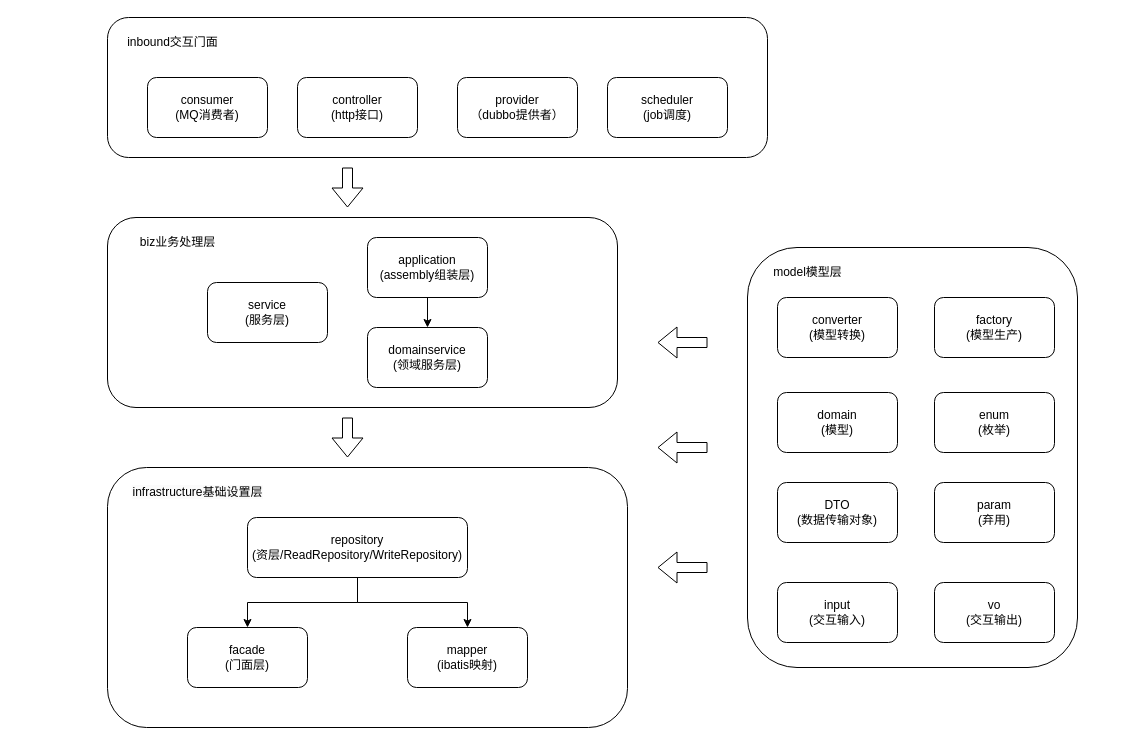
Before: draw.io/xianmumanager.drawio in zzqfsy/zzqfsy.github.io, a draw.io diagram. Source tidied: cells renumbered, new cells numbered last; positions are measured from the earlier drawing's top-left corner, leaving out a move shared by most shapes. Both pictures are drawn from the tidied source at 100%, with x=0, y=0 at pixel (107, 17).
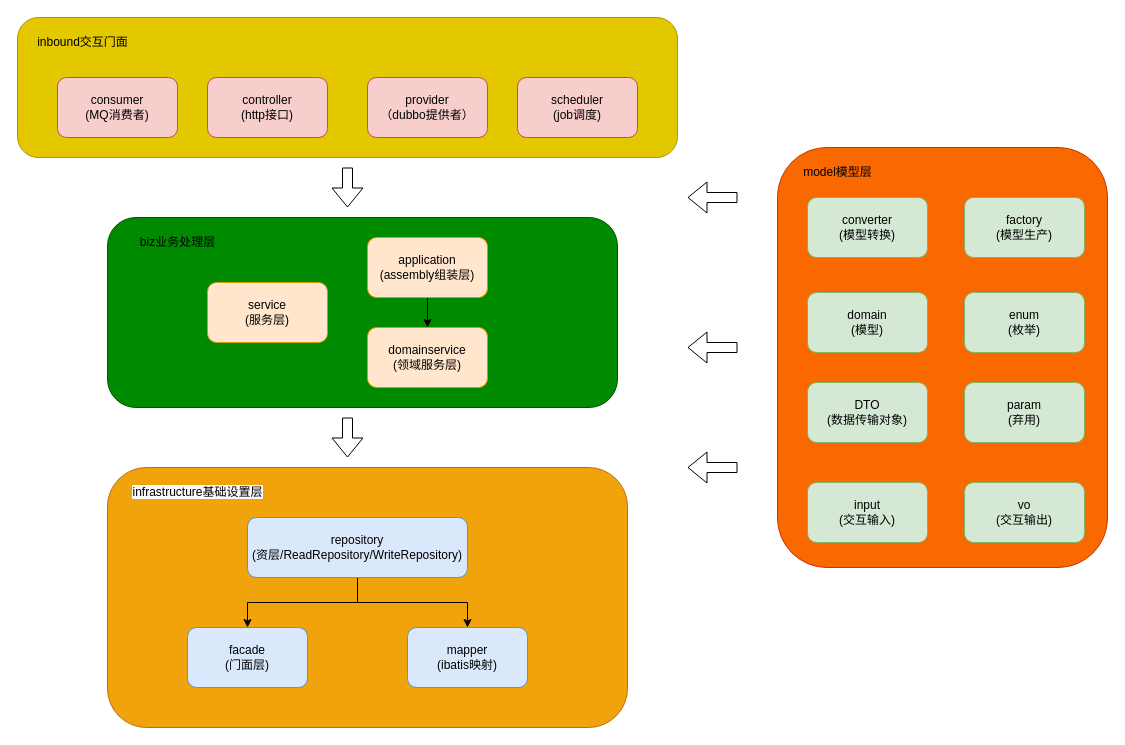
The same diagram, later.

What changed in the source:
```diff
@@
-    <mxCell id="2" style="rounded=1;whiteSpace=wrap;html=1;" parent="1" vertex="1">
-      <mxGeometry x="640" y="230" width="330" height="420" as="geometry" />
+    <mxCell id="2" style="rounded=1;whiteSpace=wrap;html=1;fillColor=#fa6800;fontColor=#000000;strokeColor=#C73500;" parent="1" vertex="1">
+      <mxGeometry x="670" y="130" width="330" height="420" as="geometry" />
     </mxCell>
-    <mxCell id="3" style="rounded=1;whiteSpace=wrap;html=1;" parent="1" vertex="1">
+    <mxCell id="3" style="rounded=1;whiteSpace=wrap;html=1;fillColor=#008a00;fontColor=#ffffff;strokeColor=#005700;" parent="1" vertex="1">
       <mxGeometry y="200" width="510" height="190" as="geometry" />
     </mxCell>
-    <mxCell id="4" style="rounded=1;whiteSpace=wrap;html=1;" parent="1" vertex="1">
-      <mxGeometry width="660" height="140" as="geometry" />
+    <mxCell id="4" style="rounded=1;whiteSpace=wrap;html=1;fillColor=#e3c800;fontColor=#000000;strokeColor=#B09500;" parent="1" vertex="1">
+      <mxGeometry x="-90" width="660" height="140" as="geometry" />
     </mxCell>
-    <mxCell id="5" value="consumer&lt;br&gt;(MQ消费者)" style="rounded=1;whiteSpace=wrap;html=1;" parent="1" vertex="1">
-      <mxGeometry x="40" y="60" width="120" height="60" as="geometry" />
+    <mxCell id="5" value="consumer&lt;br&gt;(MQ消费者)" style="rounded=1;whiteSpace=wrap;html=1;fillColor=#f8cecc;strokeColor=#b85450;" parent="1" vertex="1">
+      <mxGeometry x="-50" y="60" width="120" height="60" as="geometry" />
     </mxCell>
-    <mxCell id="6" value="controller&lt;br&gt;(http接口)" style="rounded=1;whiteSpace=wrap;html=1;" parent="1" vertex="1">
-      <mxGeometry x="190" y="60" width="120" height="60" as="geometry" />
+    <mxCell id="6" value="controller&lt;br&gt;(http接口)" style="rounded=1;whiteSpace=wrap;html=1;fillColor=#f8cecc;strokeColor=#b85450;" parent="1" vertex="1">
+      <mxGeometry x="100" y="60" width="120" height="60" as="geometry" />
     </mxCell>
-    <mxCell id="7" value="provider&lt;br&gt;（dubbo提供者）" style="rounded=1;whiteSpace=wrap;html=1;" parent="1" vertex="1">
-      <mxGeometry x="350" y="60" width="120" height="60" as="geometry" />
+    <mxCell id="7" value="provider&lt;br&gt;（dubbo提供者）" style="rounded=1;whiteSpace=wrap;html=1;fillColor=#f8cecc;strokeColor=#b85450;" parent="1" vertex="1">
+      <mxGeometry x="260" y="60" width="120" height="60" as="geometry" />
     </mxCell>
-    <mxCell id="8" value="scheduler&lt;br&gt;(job调度)" style="rounded=1;whiteSpace=wrap;html=1;" parent="1" vertex="1">
-      <mxGeometry x="500" y="60" width="120" height="60" as="geometry" />
+    <mxCell id="8" value="scheduler&lt;br&gt;(job调度)" style="rounded=1;whiteSpace=wrap;html=1;fillColor=#f8cecc;strokeColor=#b85450;" parent="1" vertex="1">
+      <mxGeometry x="410" y="60" width="120" height="60" as="geometry" />
     </mxCell>
     <mxCell id="9" value="inbound交互门面" style="text;html=1;align=center;verticalAlign=middle;strokeColor=none;fillColor=none;" parent="1" vertex="1">
-      <mxGeometry x="10" y="10" width="110" height="30" as="geometry" />
+      <mxGeometry x="-80" y="10" width="110" height="30" as="geometry" />
     </mxCell>
@@
-    <mxCell id="11" value="application&lt;br&gt;(assembly组装层)" style="rounded=1;whiteSpace=wrap;html=1;" parent="1" vertex="1">
+    <mxCell id="11" value="application&lt;br&gt;(assembly组装层)" style="rounded=1;whiteSpace=wrap;html=1;fillColor=#ffe6cc;strokeColor=#d79b00;" parent="1" vertex="1">
       <mxGeometry x="260" y="220" width="120" height="60" as="geometry" />
     </mxCell>
-    <mxCell id="12" value="service&lt;br&gt;(服务层)" style="rounded=1;whiteSpace=wrap;html=1;" parent="1" vertex="1">
+    <mxCell id="12" value="service&lt;br&gt;(服务层)" style="rounded=1;whiteSpace=wrap;html=1;fillColor=#ffe6cc;strokeColor=#d79b00;" parent="1" vertex="1">
       <mxGeometry x="100" y="265" width="120" height="60" as="geometry" />
     </mxCell>
@@
-    <mxCell id="14" value="domainservice&lt;br&gt;(领域服务层)" style="rounded=1;whiteSpace=wrap;html=1;" parent="1" vertex="1">
+    <mxCell id="14" value="domainservice&lt;br&gt;(领域服务层)" style="rounded=1;whiteSpace=wrap;html=1;fillColor=#ffe6cc;strokeColor=#d79b00;" parent="1" vertex="1">
       <mxGeometry x="260" y="310" width="120" height="60" as="geometry" />
     </mxCell>
-    <mxCell id="15" style="rounded=1;whiteSpace=wrap;html=1;" parent="1" vertex="1">
+    <mxCell id="15" style="rounded=1;whiteSpace=wrap;html=1;fillColor=#f0a30a;fontColor=#000000;strokeColor=#BD7000;" parent="1" vertex="1">
       <mxGeometry y="450" width="520" height="260" as="geometry" />
     </mxCell>
@@
-    <mxCell id="18" value="repository&lt;br&gt;(资层/ReadRepository/WriteRepository)" style="rounded=1;whiteSpace=wrap;html=1;" parent="1" vertex="1">
+    <mxCell id="18" value="repository&lt;br&gt;(资层/ReadRepository/WriteRepository)" style="rounded=1;whiteSpace=wrap;html=1;fillColor=#dae8fc;strokeColor=#6c8ebf;" parent="1" vertex="1">
       <mxGeometry x="140" y="500" width="220" height="60" as="geometry" />
     </mxCell>
@@
-    <mxCell id="20" value="mapper&lt;br&gt;(ibatis映射)" style="rounded=1;whiteSpace=wrap;html=1;" parent="1" vertex="1">
+    <mxCell id="20" value="mapper&lt;br&gt;(ibatis映射)" style="rounded=1;whiteSpace=wrap;html=1;fillColor=#dae8fc;strokeColor=#6c8ebf;" parent="1" vertex="1">
       <mxGeometry x="300" y="610" width="120" height="60" as="geometry" />
     </mxCell>
-    <mxCell id="21" value="facade&lt;br&gt;(门面层)" style="rounded=1;whiteSpace=wrap;html=1;" parent="1" vertex="1">
+    <mxCell id="21" value="facade&lt;br&gt;(门面层)" style="rounded=1;whiteSpace=wrap;html=1;fillColor=#dae8fc;strokeColor=#6c8ebf;" parent="1" vertex="1">
       <mxGeometry x="80" y="610" width="120" height="60" as="geometry" />
     </mxCell>
-    <mxCell id="22" value="converter&lt;br&gt;(模型转换)" style="rounded=1;whiteSpace=wrap;html=1;" parent="1" vertex="1">
-      <mxGeometry x="670" y="280" width="120" height="60" as="geometry" />
+    <mxCell id="22" value="converter&lt;br&gt;(模型转换)" style="rounded=1;whiteSpace=wrap;html=1;fillColor=#d5e8d4;strokeColor=#82b366;" parent="1" vertex="1">
+      <mxGeometry x="700" y="180" width="120" height="60" as="geometry" />
     </mxCell>
-    <mxCell id="23" value="domain&lt;br&gt;(模型)" style="rounded=1;whiteSpace=wrap;html=1;" parent="1" vertex="1">
-      <mxGeometry x="670" y="375" width="120" height="60" as="geometry" />
+    <mxCell id="23" value="domain&lt;br&gt;(模型)" style="rounded=1;whiteSpace=wrap;html=1;fillColor=#d5e8d4;strokeColor=#82b366;" parent="1" vertex="1">
+      <mxGeometry x="700" y="275" width="120" height="60" as="geometry" />
     </mxCell>
-    <mxCell id="24" value="DTO&lt;br&gt;(数据传输对象)" style="rounded=1;whiteSpace=wrap;html=1;" parent="1" vertex="1">
-      <mxGeometry x="670" y="465" width="120" height="60" as="geometry" />
+    <mxCell id="24" value="DTO&lt;br&gt;(数据传输对象)" style="rounded=1;whiteSpace=wrap;html=1;fillColor=#d5e8d4;strokeColor=#82b366;" parent="1" vertex="1">
+      <mxGeometry x="700" y="365" width="120" height="60" as="geometry" />
     </mxCell>
-    <mxCell id="25" value="enum&lt;br&gt;(枚举)" style="rounded=1;whiteSpace=wrap;html=1;" parent="1" vertex="1">
-      <mxGeometry x="827" y="375" width="120" height="60" as="geometry" />
+    <mxCell id="25" value="enum&lt;br&gt;(枚举)" style="rounded=1;whiteSpace=wrap;html=1;fillColor=#d5e8d4;strokeColor=#82b366;" parent="1" vertex="1">
+      <mxGeometry x="857" y="275" width="120" height="60" as="geometry" />
     </mxCell>
-    <mxCell id="26" value="input&lt;br&gt;(交互输入)" style="rounded=1;whiteSpace=wrap;html=1;" parent="1" vertex="1">
-      <mxGeometry x="670" y="565" width="120" height="60" as="geometry" />
+    <mxCell id="26" value="input&lt;br&gt;(交互输入)" style="rounded=1;whiteSpace=wrap;html=1;fillColor=#d5e8d4;strokeColor=#82b366;" parent="1" vertex="1">
+      <mxGeometry x="700" y="465" width="120" height="60" as="geometry" />
     </mxCell>
-    <mxCell id="27" value="param&lt;br&gt;(弃用)" style="rounded=1;whiteSpace=wrap;html=1;" parent="1" vertex="1">
-      <mxGeometry x="827" y="465" width="120" height="60" as="geometry" />
+    <mxCell id="27" value="param&lt;br&gt;(弃用)" style="rounded=1;whiteSpace=wrap;html=1;fillColor=#d5e8d4;strokeColor=#82b366;" parent="1" vertex="1">
+      <mxGeometry x="857" y="365" width="120" height="60" as="geometry" />
     </mxCell>
-    <mxCell id="28" value="vo&lt;br&gt;(交互输出)" style="rounded=1;whiteSpace=wrap;html=1;" parent="1" vertex="1">
-      <mxGeometry x="827" y="565" width="120" height="60" as="geometry" />
+    <mxCell id="28" value="vo&lt;br&gt;(交互输出)" style="rounded=1;whiteSpace=wrap;html=1;fillColor=#d5e8d4;strokeColor=#82b366;" parent="1" vertex="1">
+      <mxGeometry x="857" y="465" width="120" height="60" as="geometry" />
     </mxCell>
-    <mxCell id="29" value="factory&lt;br&gt;(模型生产)" style="rounded=1;whiteSpace=wrap;html=1;" parent="1" vertex="1">
-      <mxGeometry x="827" y="280" width="120" height="60" as="geometry" />
+    <mxCell id="29" value="factory&lt;br&gt;(模型生产)" style="rounded=1;whiteSpace=wrap;html=1;fillColor=#d5e8d4;strokeColor=#82b366;" parent="1" vertex="1">
+      <mxGeometry x="857" y="180" width="120" height="60" as="geometry" />
     </mxCell>
     <mxCell id="30" value="model模型层" style="text;html=1;align=center;verticalAlign=middle;strokeColor=none;fillColor=none;" parent="1" vertex="1">
-      <mxGeometry x="655" y="240" width="90" height="30" as="geometry" />
+      <mxGeometry x="685" y="140" width="90" height="30" as="geometry" />
     </mxCell>
@@
     <mxCell id="33" style="shape=flexArrow;endArrow=classic;html=1;rounded=0;" parent="1" edge="1">
       <mxGeometry relative="1" as="geometry">
-        <mxPoint x="600" y="430" as="sourcePoint" />
-        <mxPoint x="550" y="430" as="targetPoint" />
+        <mxPoint x="630" y="330" as="sourcePoint" />
+        <mxPoint x="580" y="330" as="targetPoint" />
       </mxGeometry>
     </mxCell>
     <mxCell id="34" style="shape=flexArrow;endArrow=classic;html=1;rounded=0;" parent="1" edge="1">
       <mxGeometry relative="1" as="geometry">
-        <mxPoint x="600" y="325" as="sourcePoint" />
-        <mxPoint x="550" y="325" as="targetPoint" />
+        <mxPoint x="630" y="180" as="sourcePoint" />
+        <mxPoint x="580" y="180" as="targetPoint" />
       </mxGeometry>
     </mxCell>
     <mxCell id="35" style="shape=flexArrow;endArrow=classic;html=1;rounded=0;" parent="1" edge="1">
       <mxGeometry relative="1" as="geometry">
-        <mxPoint x="600" y="550" as="sourcePoint" />
-        <mxPoint x="550" y="550" as="targetPoint" />
+        <mxPoint x="630" y="450" as="sourcePoint" />
+        <mxPoint x="580" y="450" as="targetPoint" />
       </mxGeometry>
     </mxCell>
```
